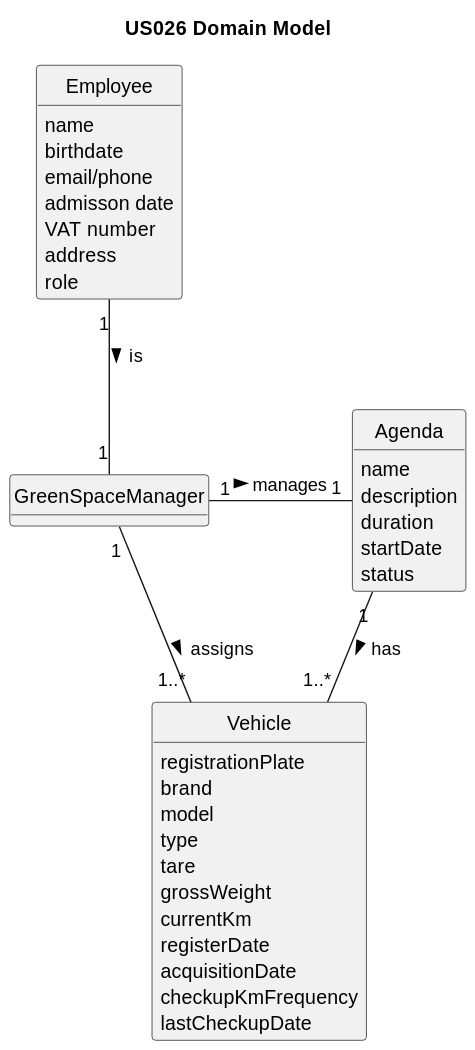
Above: docs/sprintC/US026/02.analysis/svg/us026-domain-model.svg in LopemigueISEP/lei-24-s2-1nb-g312 (PlantUML), before the change.
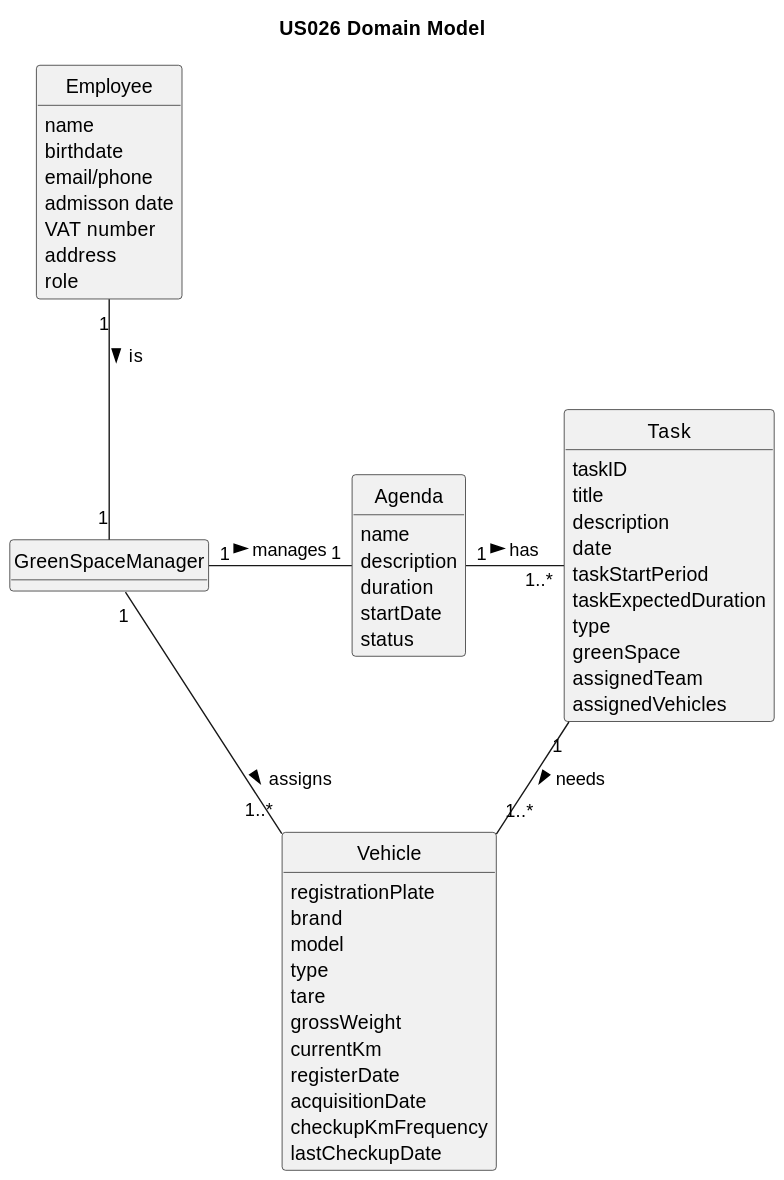
After the change.

Commit message:
US26 - rationale update #7 US27 - first version of local domain model #8

What changed in the source:
```diff
@@ -49,8 +49,22 @@
     status
 }
 
+class Task {
+    taskID
+    title
+    description
+    date
+    taskStartPeriod
+    taskExpectedDuration
+    type
+    greenSpace
+    assignedTeam
+    assignedVehicles
+}
+
 Employee "1" -- "1" GreenSpaceManager : is >
-GreenSpaceManager "1" - "1..*" Vehicle : assigns >
-Agenda "1" -- "1..*" Vehicle : has >
+GreenSpaceManager "1" -- "1..*" Vehicle : assigns >
+Agenda "1" - "1..*" Task : has >
+Task "1" -- "1..*" Vehicle : needs >
 GreenSpaceManager "1" - "1" Agenda : manages >
 @enduml
```
